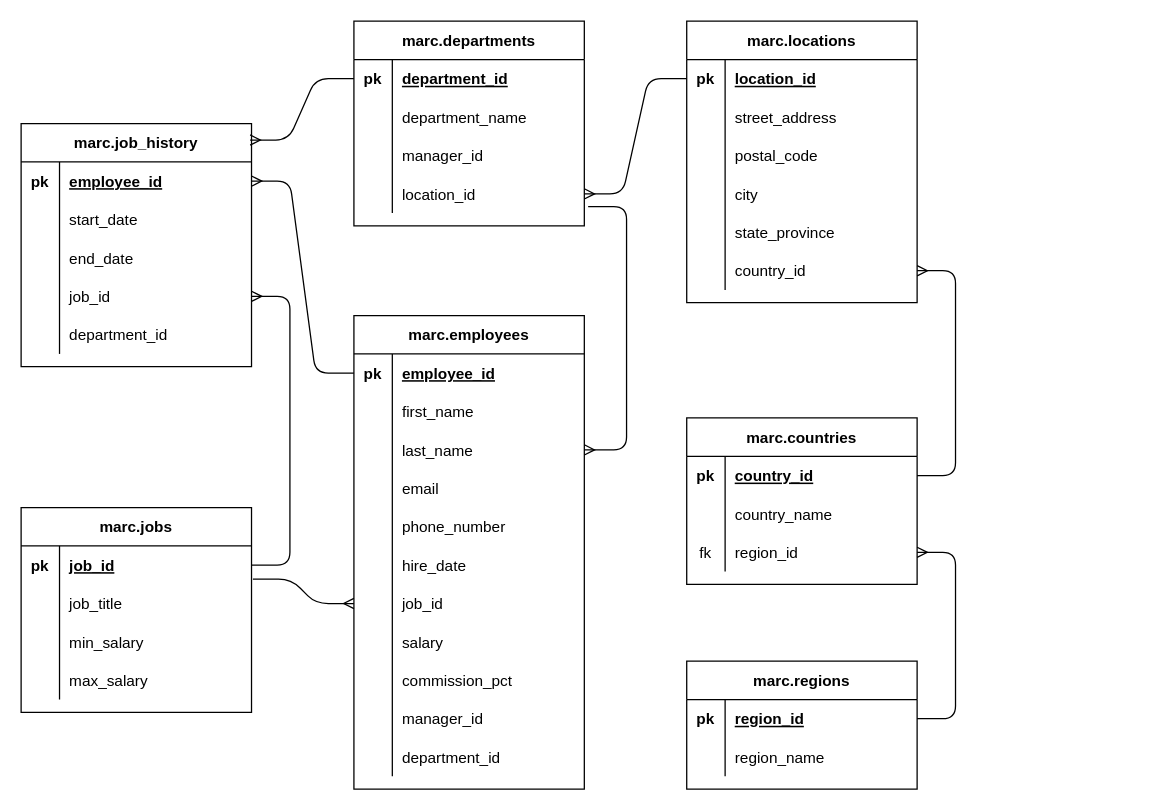
Above: Marc's HR ERD.drawio in MarcNefaa/ERDs_with_draw.io (draw.io), before the change. Source tidied: cells renumbered, new cells numbered last; positions are measured from the earlier drawing's top-left corner, leaving out a move shared by most shapes. Both pictures are drawn from the tidied source at 128%, with x=0, y=0 at pixel (20, 20).
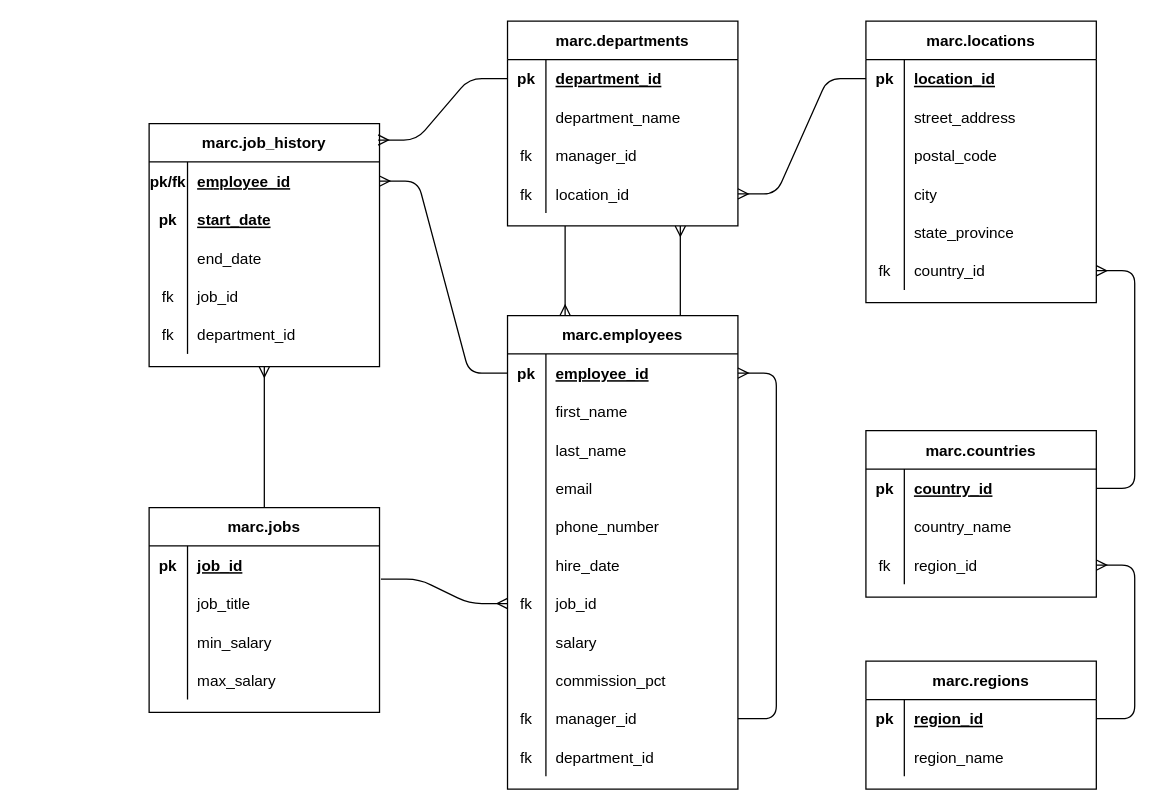
The same diagram, later.

The change refers to these unchanged cells:
```xml
<mxCell id="36" style="shape=partialRectangle;fillColor=none;top=0;left=0;bottom=0;right=0;points=[[0,0.5],[1,0.5]];portConstraint=eastwest;" parent="20" vertex="1">
  <mxGeometry y="180" width="180" height="30" as="geometry" />
</mxCell>
<mxCell id="47" style="shape=partialRectangle;fillColor=none;top=0;left=0;bottom=0;right=0;" parent="40" vertex="1">
  <mxGeometry y="90" width="180" height="30" as="geometry" />
</mxCell>
<mxCell id="50" style="shape=partialRectangle;fillColor=none;top=0;left=0;bottom=0;right=0;points=[[0,0.5],[1,0.5]];portConstraint=eastwest;" parent="40" vertex="1">
  <mxGeometry y="120" width="180" height="30" as="geometry" />
</mxCell>
<mxCell id="55" style="shape=partialRectangle;fillColor=none;top=0;left=0;bottom=1;right=0;points=[[0,0.5],[1,0.5]];portConstraint=eastwest;strokeColor=none;" parent="54" vertex="1">
  <mxGeometry y="30" width="180" height="30" as="geometry" />
</mxCell>
<mxCell id="61" style="shape=partialRectangle;fillColor=none;top=0;left=0;bottom=0;right=0;points=[[0,0.5],[1,0.5]];portConstraint=eastwest;" parent="54" vertex="1">
  <mxGeometry y="90" width="180" height="30" as="geometry" />
</mxCell>
<mxCell id="73" style="shape=partialRectangle;fillColor=none;top=0;left=0;bottom=0;right=0;points=[[0,0.5],[1,0.5]];portConstraint=eastwest;" parent="54" vertex="1">
  <mxGeometry y="210" width="180" height="30" as="geometry" />
</mxCell>
<mxCell id="82" style="shape=partialRectangle;fillColor=none;top=0;left=0;bottom=0;right=0;points=[[0,0.5],[1,0.5]];portConstraint=eastwest;" parent="54" vertex="1">
  <mxGeometry y="300" width="180" height="30" as="geometry" />
</mxCell>
<mxCell id="85" style="shape=partialRectangle;fillColor=none;top=0;left=0;bottom=0;right=0;" parent="54" vertex="1">
  <mxGeometry y="330" width="180" height="30" as="geometry" />
</mxCell>
<mxCell id="89" style="shape=partialRectangle;fillColor=none;top=0;left=0;bottom=1;right=0;points=[[0,0.5],[1,0.5]];portConstraint=eastwest;strokeColor=none;" parent="88" vertex="1">
  <mxGeometry y="30" width="180" height="30" as="geometry" />
</mxCell>
<mxCell id="92" style="shape=partialRectangle;fillColor=none;top=0;left=0;bottom=0;right=0;" parent="88" vertex="1">
  <mxGeometry y="60" width="180" height="30" as="geometry" />
</mxCell>
<mxCell id="95" style="shape=partialRectangle;fillColor=none;top=0;left=0;bottom=0;right=0;" parent="88" vertex="1">
  <mxGeometry y="90" width="180" height="30" as="geometry" />
</mxCell>
<mxCell id="98" style="shape=partialRectangle;fillColor=none;top=0;left=0;bottom=0;right=0;points=[[0,0.5],[1,0.5]];portConstraint=eastwest;" parent="88" vertex="1">
  <mxGeometry y="120" width="180" height="30" as="geometry" />
</mxCell>
<mxCell id="101" style="shape=partialRectangle;fillColor=none;top=0;left=0;bottom=0;right=0;" parent="88" vertex="1">
  <mxGeometry y="150" width="180" height="30" as="geometry" />
</mxCell>
<mxCell id="105" style="shape=partialRectangle;fillColor=none;top=0;left=0;bottom=1;right=0;points=[[0,0.5],[1,0.5]];portConstraint=eastwest;strokeColor=none;" parent="104" vertex="1">
  <mxGeometry y="30" width="180" height="30" as="geometry" />
</mxCell>
```

The edit, as a diff of the source:
```diff
@@
     <mxCell id="2" value="marc.regions" style="shape=table;startSize=30;childLayout=tableLayout;rowLines=0;fontStyle=1;align=center;" parent="1" vertex="1">
-      <mxGeometry x="520" y="500" width="180" height="100" as="geometry" />
+      <mxGeometry x="660" y="500" width="180" height="100" as="geometry" />
     </mxCell>
@@
     <mxCell id="9" value="marc.countries" style="shape=table;startSize=30;childLayout=tableLayout;rowLines=0;fontStyle=1;align=center;strokeColor=#000000;" parent="1" vertex="1">
-      <mxGeometry x="520" y="310" width="180" height="130" as="geometry" />
+      <mxGeometry x="660" y="320" width="180" height="130" as="geometry" />
     </mxCell>
@@
     <mxCell id="20" value="marc.locations" style="shape=table;startSize=30;childLayout=tableLayout;rowLines=0;fontStyle=1;align=center;strokeColor=#000000;" parent="1" vertex="1">
-      <mxGeometry x="520" width="180" height="220" as="geometry" />
+      <mxGeometry x="660" width="180" height="220" as="geometry" />
     </mxCell>
@@
-    <mxCell id="37" style="shape=partialRectangle;fillColor=none;top=0;left=0;bottom=0;right=0;overflow=hidden;" parent="36" vertex="1">
+    <mxCell id="37" value="fk" style="shape=partialRectangle;fillColor=none;top=0;left=0;bottom=0;right=0;overflow=hidden;" parent="36" vertex="1">
       <mxGeometry width="30" height="30" as="geometry" />
     </mxCell>
@@
     <mxCell id="40" value="marc.departments" style="shape=table;startSize=30;childLayout=tableLayout;rowLines=0;fontStyle=1;align=center;strokeColor=#000000;" parent="1" vertex="1">
-      <mxGeometry x="260" width="180" height="160" as="geometry" />
+      <mxGeometry x="380" width="180" height="160" as="geometry" />
     </mxCell>
@@
-    <mxCell id="48" style="shape=partialRectangle;fillColor=none;top=0;left=0;bottom=0;right=0;overflow=hidden;" parent="47" vertex="1">
+    <mxCell id="48" value="fk" style="shape=partialRectangle;fillColor=none;top=0;left=0;bottom=0;right=0;overflow=hidden;" parent="47" vertex="1">
       <mxGeometry width="30" height="30" as="geometry" />
     </mxCell>
@@
-    <mxCell id="51" style="shape=partialRectangle;fillColor=none;top=0;left=0;bottom=0;right=0;overflow=hidden;" parent="50" vertex="1">
+    <mxCell id="51" value="fk" style="shape=partialRectangle;fillColor=none;top=0;left=0;bottom=0;right=0;overflow=hidden;" parent="50" vertex="1">
       <mxGeometry width="30" height="30" as="geometry" />
     </mxCell>
@@
     <mxCell id="54" value="marc.employees" style="shape=table;startSize=30;childLayout=tableLayout;rowLines=0;fontStyle=1;align=center;strokeColor=#000000;" parent="1" vertex="1">
-      <mxGeometry x="260" y="230" width="180" height="370" as="geometry" />
+      <mxGeometry x="380" y="230" width="180" height="370" as="geometry" />
     </mxCell>
@@
-    <mxCell id="74" style="shape=partialRectangle;fillColor=none;top=0;left=0;bottom=0;right=0;overflow=hidden;" parent="73" vertex="1">
+    <mxCell id="74" value="fk" style="shape=partialRectangle;fillColor=none;top=0;left=0;bottom=0;right=0;overflow=hidden;" parent="73" vertex="1">
       <mxGeometry width="30" height="30" as="geometry" />
     </mxCell>
@@
-    <mxCell id="83" style="shape=partialRectangle;fillColor=none;top=0;left=0;bottom=0;right=0;overflow=hidden;" parent="82" vertex="1">
+    <mxCell id="83" value="fk" style="shape=partialRectangle;fillColor=none;top=0;left=0;bottom=0;right=0;overflow=hidden;" parent="82" vertex="1">
       <mxGeometry width="30" height="30" as="geometry" />
     </mxCell>
@@
-    <mxCell id="86" style="shape=partialRectangle;fillColor=none;top=0;left=0;bottom=0;right=0;overflow=hidden;" parent="85" vertex="1">
+    <mxCell id="86" value="fk" style="shape=partialRectangle;fillColor=none;top=0;left=0;bottom=0;right=0;overflow=hidden;" parent="85" vertex="1">
       <mxGeometry width="30" height="30" as="geometry" />
     </mxCell>
@@
+    <mxCell id="122" style="edgeStyle=entityRelationEdgeStyle;fontSize=12;html=1;endArrow=ERmany;exitX=1;exitY=0.5;exitDx=0;exitDy=0;entryX=1;entryY=0.5;entryDx=0;entryDy=0;" parent="54" edge="1" source="82" target="55">
+      <mxGeometry relative="1" as="geometry" />
+    </mxCell>
     <mxCell id="88" value="marc.job_history" style="shape=table;startSize=30;childLayout=tableLayout;rowLines=0;fontStyle=1;align=center;strokeColor=#000000;" parent="1" vertex="1">
-      <mxGeometry y="80" width="180" height="190" as="geometry" />
+      <mxGeometry x="100" y="80" width="180" height="190" as="geometry" />
     </mxCell>
@@
-    <mxCell id="90" value="pk" style="shape=partialRectangle;fillColor=none;top=0;left=0;bottom=0;right=0;fontStyle=1;overflow=hidden;" parent="89" vertex="1">
+    <mxCell id="90" value="pk/fk" style="shape=partialRectangle;fillColor=none;top=0;left=0;bottom=0;right=0;fontStyle=1;overflow=hidden;" parent="89" vertex="1">
       <mxGeometry width="30" height="30" as="geometry" />
     </mxCell>
@@
-    <mxCell id="93" style="shape=partialRectangle;fillColor=none;top=0;left=0;bottom=0;right=0;overflow=hidden;" parent="92" vertex="1">
+    <mxCell id="93" value="pk" style="shape=partialRectangle;fillColor=none;top=0;left=0;bottom=0;right=0;overflow=hidden;fontStyle=1;" parent="92" vertex="1">
       <mxGeometry width="30" height="30" as="geometry" />
     </mxCell>
-    <mxCell id="94" value="start_date" style="shape=partialRectangle;fillColor=none;top=0;left=0;bottom=0;right=0;align=left;spacingLeft=6;overflow=hidden;" parent="92" vertex="1">
+    <mxCell id="94" value="start_date" style="shape=partialRectangle;fillColor=none;top=0;left=0;bottom=0;right=0;align=left;spacingLeft=6;overflow=hidden;fontStyle=5;" parent="92" vertex="1">
       <mxGeometry x="30" width="150" height="30" as="geometry" />
     </mxCell>
@@
-    <mxCell id="96" style="shape=partialRectangle;fillColor=none;top=0;left=0;bottom=0;right=0;overflow=hidden;" parent="95" vertex="1">
+    <mxCell id="96" style="shape=partialRectangle;fillColor=none;top=0;left=0;bottom=0;right=0;overflow=hidden;fontStyle=1;" parent="95" vertex="1">
       <mxGeometry width="30" height="30" as="geometry" />
     </mxCell>
-    <mxCell id="97" value="end_date" style="shape=partialRectangle;fillColor=none;top=0;left=0;bottom=0;right=0;align=left;spacingLeft=6;overflow=hidden;" parent="95" vertex="1">
+    <mxCell id="97" value="end_date" style="shape=partialRectangle;fillColor=none;top=0;left=0;bottom=0;right=0;align=left;spacingLeft=6;overflow=hidden;fontStyle=0;" parent="95" vertex="1">
       <mxGeometry x="30" width="150" height="30" as="geometry" />
     </mxCell>
@@
-    <mxCell id="99" style="shape=partialRectangle;fillColor=none;top=0;left=0;bottom=0;right=0;overflow=hidden;" parent="98" vertex="1">
+    <mxCell id="99" value="fk" style="shape=partialRectangle;fillColor=none;top=0;left=0;bottom=0;right=0;overflow=hidden;" parent="98" vertex="1">
       <mxGeometry width="30" height="30" as="geometry" />
     </mxCell>
@@
-    <mxCell id="102" style="shape=partialRectangle;fillColor=none;top=0;left=0;bottom=0;right=0;overflow=hidden;" parent="101" vertex="1">
+    <mxCell id="102" value="fk" style="shape=partialRectangle;fillColor=none;top=0;left=0;bottom=0;right=0;overflow=hidden;" parent="101" vertex="1">
       <mxGeometry width="30" height="30" as="geometry" />
     </mxCell>
@@
     <mxCell id="104" value="marc.jobs" style="shape=table;startSize=30;childLayout=tableLayout;rowLines=0;fontStyle=1;align=center;strokeColor=#000000;" parent="1" vertex="1">
-      <mxGeometry y="380" width="180" height="160" as="geometry" />
+      <mxGeometry x="100" y="380" width="180" height="160" as="geometry" />
     </mxCell>
@@
-    <mxCell id="118" style="edgeStyle=entityRelationEdgeStyle;fontSize=12;html=1;endArrow=ERmany;exitX=1;exitY=0.5;exitDx=0;exitDy=0;entryX=1;entryY=0.5;entryDx=0;entryDy=0;" parent="1" edge="1" source="105" target="98">
+    <mxCell id="118" style="fontSize=12;html=1;endArrow=ERmany;entryX=0.5;entryY=1;entryDx=0;entryDy=0;exitX=0.5;exitY=0;exitDx=0;exitDy=0;" parent="1" edge="1" source="104" target="88">
       <mxGeometry relative="1" as="geometry" />
     </mxCell>
@@
-    <mxCell id="121" style="edgeStyle=entityRelationEdgeStyle;fontSize=12;html=1;endArrow=ERmany;entryX=1;entryY=0.5;entryDx=0;entryDy=0;" parent="1" edge="1" target="61">
-      <mxGeometry relative="1" as="geometry">
-        <mxPoint x="443" y="145" as="sourcePoint" />
-      </mxGeometry>
-    </mxCell>
+    <mxCell id="123" style="edgeStyle=orthogonalEdgeStyle;fontSize=12;html=1;endArrow=ERmany;entryX=0.75;entryY=1;entryDx=0;entryDy=0;" parent="1" edge="1" source="54" target="40">
+      <mxGeometry relative="1" as="geometry">
+        <Array as="points">
+          <mxPoint x="395" y="230" />
+          <mxPoint x="395" y="230" />
+        </Array>
+      </mxGeometry>
+    </mxCell>
+    <mxCell id="124" style="fontSize=12;html=1;endArrow=ERmany;entryX=0.25;entryY=0;entryDx=0;entryDy=0;exitX=0.25;exitY=1;exitDx=0;exitDy=0;" parent="1" edge="1" source="40" target="54">
+      <mxGeometry relative="1" as="geometry" />
+    </mxCell>
```
